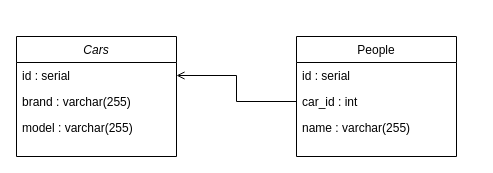
Earlier version of the draw.io diagram data/sql-scripts-and-diagrams/many-to-one.drawio (itfedorovsa/job4j_design). Source tidied: cells renumbered, new cells numbered last; positions are measured from the earlier drawing's top-left corner, leaving out a move shared by most shapes. Both pictures are drawn from the tidied source at 100%, with x=0, y=0 at pixel (16, 36).
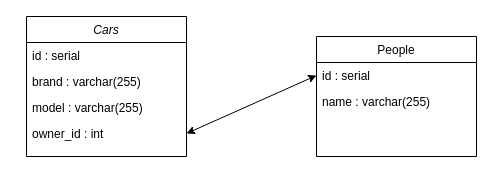
The same diagram, later.

Commit message (it also covers changes not shown here):
Relationships between tables - update

The edit, as a diff of the source:
```diff
@@
 <mxGraphModel>
   <root>
     <mxCell id="0" />
     <mxCell id="1" parent="0" />
     <mxCell id="2" value="Cars" style="swimlane;fontStyle=2;align=center;verticalAlign=top;horizontal=1;startSize=26;rounded=0;shadow=0;strokeWidth=1;" parent="1" vertex="1">
-      <mxGeometry width="160" height="120" as="geometry" />
+      <mxGeometry x="10" y="-20" width="160" height="140" as="geometry" />
     </mxCell>
     <mxCell id="3" value="id : serial" style="text;align=left;verticalAlign=top;spacingLeft=4;spacingRight=4;overflow=hidden;points=[[0,0.5],[1,0.5]];portConstraint=eastwest;" parent="2" vertex="1">
       <mxGeometry y="26" width="160" height="26" as="geometry" />
     </mxCell>
     <mxCell id="4" value="brand : varchar(255)" style="text;align=left;verticalAlign=top;spacingLeft=4;spacingRight=4;overflow=hidden;rounded=0;shadow=0;html=0;" parent="2" vertex="1">
       <mxGeometry y="52" width="160" height="26" as="geometry" />
     </mxCell>
     <mxCell id="5" value="model : varchar(255)" style="text;align=left;verticalAlign=top;spacingLeft=4;spacingRight=4;overflow=hidden;rounded=0;shadow=0;html=0;" parent="2" vertex="1">
       <mxGeometry y="78" width="160" height="26" as="geometry" />
     </mxCell>
+    <mxCell id="11" value="owner_id : int" style="text;align=left;verticalAlign=top;spacingLeft=4;spacingRight=4;overflow=hidden;points=[[0,0.5],[1,0.5]];portConstraint=eastwest;rounded=0;shadow=0;html=0;" parent="2" vertex="1">
+      <mxGeometry y="104" width="160" height="26" as="geometry" />
+    </mxCell>
     <mxCell id="6" value="People" style="swimlane;fontStyle=0;align=center;verticalAlign=top;horizontal=1;startSize=26;rounded=0;shadow=0;strokeWidth=1;" parent="1" vertex="1">
-      <mxGeometry x="280" width="160" height="120" as="geometry" />
+      <mxGeometry x="300" width="160" height="120" as="geometry" />
     </mxCell>
     <mxCell id="7" value="id : serial" style="text;align=left;verticalAlign=top;spacingLeft=4;spacingRight=4;overflow=hidden;points=[[0,0.5],[1,0.5]];portConstraint=eastwest;" parent="6" vertex="1">
       <mxGeometry y="26" width="160" height="26" as="geometry" />
     </mxCell>
-    <mxCell id="8" value="car_id : int" style="text;align=left;verticalAlign=top;spacingLeft=4;spacingRight=4;overflow=hidden;points=[[0,0.5],[1,0.5]];portConstraint=eastwest;rounded=0;shadow=0;html=0;" parent="6" vertex="1">
-      <mxGeometry y="52" width="160" height="26" as="geometry" />
-    </mxCell>
     <mxCell id="9" value="name : varchar(255)" style="text;align=left;verticalAlign=top;spacingLeft=4;spacingRight=4;overflow=hidden;rounded=0;shadow=0;html=0;" parent="6" vertex="1">
-      <mxGeometry y="78" width="160" height="26" as="geometry" />
+      <mxGeometry y="52" width="160" height="26" as="geometry" />
     </mxCell>
-    <mxCell id="10" style="endArrow=open;shadow=0;strokeWidth=1;rounded=0;endFill=1;edgeStyle=elbowEdgeStyle;elbow=vertical;exitX=0;exitY=0.5;exitDx=0;exitDy=0;entryX=1;entryY=0.5;entryDx=0;entryDy=0;" parent="1" edge="1" source="8" target="3">
-      <mxGeometry x="0.5" y="41" relative="1" as="geometry">
-        <mxPoint x="-40" y="32" as="offset" />
-      </mxGeometry>
-    </mxCell>
+    <mxCell id="12" style="endArrow=classic;startArrow=classic;html=1;rounded=0;entryX=0;entryY=0.5;entryDx=0;entryDy=0;exitX=1;exitY=0.5;exitDx=0;exitDy=0;" parent="1" edge="1" source="11" target="7">
+      <mxGeometry relative="1" as="geometry" />
+    </mxCell>
   </root>
 </mxGraphModel>
```
